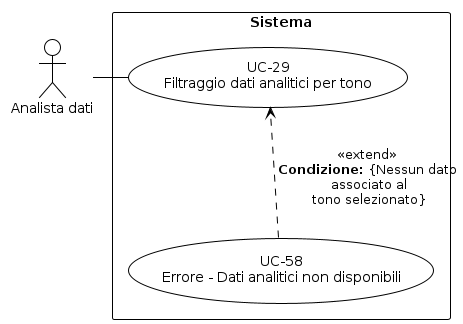
The PlantUML diagram RTB/Analisi dei Requisiti/diagrammi_use_case/UC-29.png in aLittleByte-19/Documentazione, before a commit.
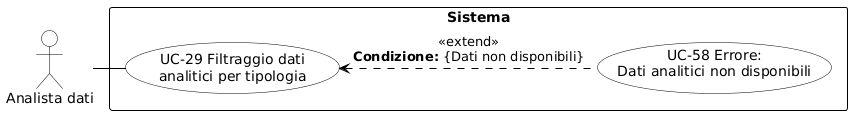
After the change.

What changed in the source:
```diff
@@ -1,24 +1,31 @@
 @startuml
-!theme plain
+skinparam defaultFontName Arial
+skinparam nodesep 25
+skinparam ranksep 45
+
 skinparam usecase {
-  BackgroundColor white
-  BorderColor black
+    BackgroundColor white
+    BorderColor black
+    ArrowColor black
 }
 skinparam actor {
-  BackgroundColor white
-  BorderColor black
+    BackgroundColor white
+    BorderColor black
 }
 skinparam rectangle {
-  BackgroundColor white
-  BorderColor black
+    BorderColor black
+    FontStyle bold
 }
-top to bottom direction
-actor "Analista dati" as A
+
+actor "Analista dati" as ActorAnalista
+
 rectangle "Sistema" {
-  usecase "UC-29\nFiltraggio dati analitici per tono" as UC29
-  usecase "UC-58\nErrore - Dati analitici non disponibili" as UC58
-  A - UC29
-  UC29 -[hidden]d- UC58
-  UC58 ..> UC29 : <<extend>>\n**Condizione:** {Nessun dato\n associato al\n tono selezionato}
+    usecase "UC-58 Errore:\nDati analitici non disponibili" as UC58
+
+    usecase "UC-29 Filtraggio dati\nanalitici per tipologia" as UC29
 }
+
+ActorAnalista -right- UC29
+
+UC58 ..left..> UC29 : <<extend>>\n**Condizione:** {Dati non disponibili}
 @enduml
```
